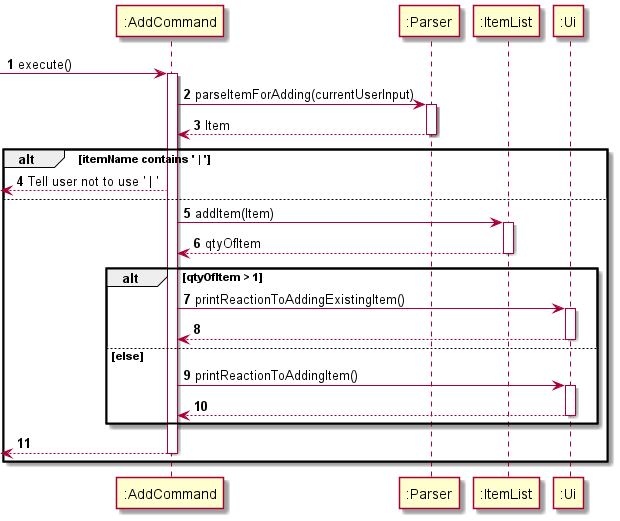
Earlier version of the PlantUML export docs/umlDiagrams/AddSequence.png (uosjapuelks/tp).
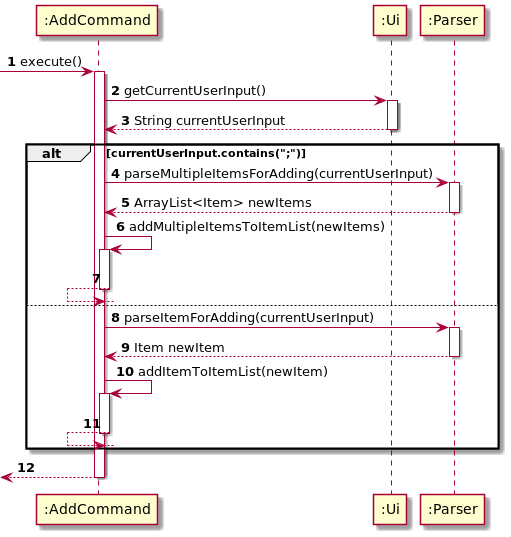
After the change.

Commit message:
Update DG regarding AddCommand

What changed in the source:
```diff
@@ -5,41 +5,39 @@
 -> ":AddCommand": execute()
 activate ":AddCommand"
 
-":AddCommand" -> ":Parser": parseItemForAdding(currentUserInput)
+":AddCommand" -> ":Ui": getCurrentUserInput()
+activate ":Ui"
+":AddCommand" <-- ":Ui": String currentUserInput
+deactivate ":Ui"
+
+alt currentUserInput.contains(";")
+
+":AddCommand" -> ":Parser": parseMultipleItemsForAdding(currentUserInput)
 activate ":Parser"
-":AddCommand" <-- ":Parser": Item
+":AddCommand" <-- ":Parser": ArrayList<Item> newItems
 deactivate ":Parser"
 
-alt itemName contains ' | '
+":AddCommand" -> ":AddCommand": addMultipleItemsToItemList(newItems)
+activate ":AddCommand"
+":AddCommand" <-- ":AddCommand"
+deactivate ":AddCommand"
 
-    <-- ":AddCommand": Tell user not to use ' | '
 
 else
 
-    ":AddCommand" -> ":ItemList": addItem(Item)
-    activate ":ItemList"
+":AddCommand" -> ":Parser": parseItemForAdding(currentUserInput)
+activate ":Parser"
+":AddCommand" <-- ":Parser": Item newItem
+deactivate ":Parser"
 
-    ":AddCommand" <-- ":ItemList": qtyOfItem
-    deactivate ":ItemList"
+":AddCommand" -> ":AddCommand": addItemToItemList(newItem)
+activate ":AddCommand"
+":AddCommand" <-- ":AddCommand"
+deactivate ":AddCommand"
 
-    alt qtyOfItem > 1
-
-        ":AddCommand" -> ":Ui": printReactionToAddingExistingItem()
-        activate ":Ui"
-        ":AddCommand" <-- ":Ui"
-        deactivate ":Ui"
-
-    else else
-        ":AddCommand" -> ":Ui": printReactionToAddingItem()
-        activate ":Ui"
-        ":AddCommand" <-- ":Ui"
-        deactivate ":Ui"
-
-    end
-
-    <-- ":AddCommand"
-    deactivate ":AddCommand"
 end
 
+<-- ":AddCommand"
+deactivate ":AddCommand"
 
 @enduml
```
